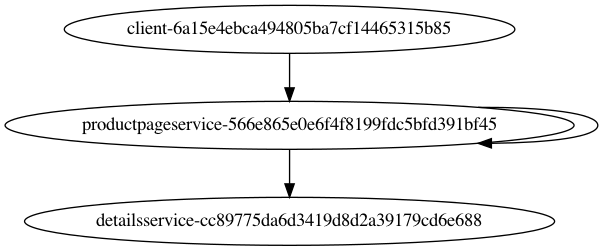
mdcovarr/ldfi-interpreter keeps this Graphviz diagram as graphs/graph-0.gv.png. Above is the earlier version. Its source is kept beside it as graphs/graph-0.gv. The source it was exported from:
```dot
digraph {
	"client-6a15e4ebca494805ba7cf14465315b85" [label="client-6a15e4ebca494805ba7cf14465315b85"]
	"productpageservice-566e865e0e6f4f8199fdc5bfd391bf45" [label="productpageservice-566e865e0e6f4f8199fdc5bfd391bf45"]
	"client-6a15e4ebca494805ba7cf14465315b85" -> "productpageservice-566e865e0e6f4f8199fdc5bfd391bf45"
	"productpageservice-566e865e0e6f4f8199fdc5bfd391bf45" -> "productpageservice-566e865e0e6f4f8199fdc5bfd391bf45"
	"detailsservice-cc89775da6d3419d8d2a39179cd6e688" [label="detailsservice-cc89775da6d3419d8d2a39179cd6e688"]
	"productpageservice-566e865e0e6f4f8199fdc5bfd391bf45" -> "detailsservice-cc89775da6d3419d8d2a39179cd6e688"
}
```
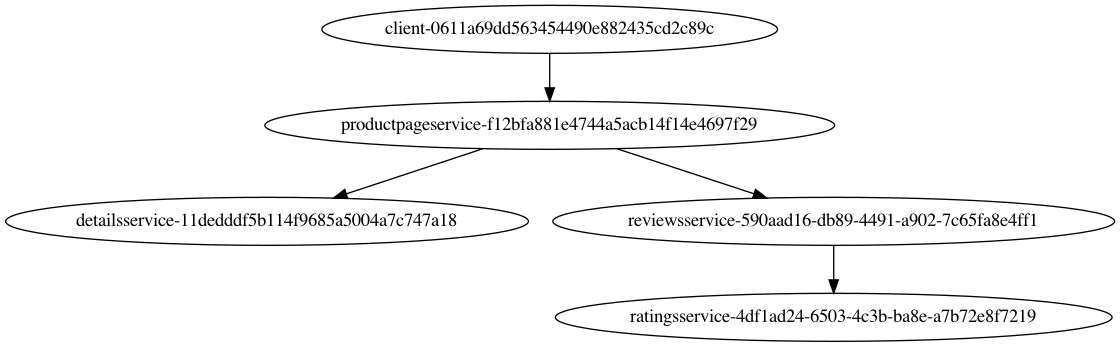
The same file after the commit.

Change to the diagram source:
```diff
@@ -1,8 +1,11 @@
 digraph {
-	"client-6a15e4ebca494805ba7cf14465315b85" [label="client-6a15e4ebca494805ba7cf14465315b85"]
-	"productpageservice-566e865e0e6f4f8199fdc5bfd391bf45" [label="productpageservice-566e865e0e6f4f8199fdc5bfd391bf45"]
-	"client-6a15e4ebca494805ba7cf14465315b85" -> "productpageservice-566e865e0e6f4f8199fdc5bfd391bf45"
-	"productpageservice-566e865e0e6f4f8199fdc5bfd391bf45" -> "productpageservice-566e865e0e6f4f8199fdc5bfd391bf45"
-	"detailsservice-cc89775da6d3419d8d2a39179cd6e688" [label="detailsservice-cc89775da6d3419d8d2a39179cd6e688"]
-	"productpageservice-566e865e0e6f4f8199fdc5bfd391bf45" -> "detailsservice-cc89775da6d3419d8d2a39179cd6e688"
+	"client-0611a69dd563454490e882435cd2c89c" [label="client-0611a69dd563454490e882435cd2c89c"]
+	"productpageservice-f12bfa881e4744a5acb14f14e4697f29" [label="productpageservice-f12bfa881e4744a5acb14f14e4697f29"]
+	"client-0611a69dd563454490e882435cd2c89c" -> "productpageservice-f12bfa881e4744a5acb14f14e4697f29"
+	"detailsservice-11dedddf5b114f9685a5004a7c747a18" [label="detailsservice-11dedddf5b114f9685a5004a7c747a18"]
+	"productpageservice-f12bfa881e4744a5acb14f14e4697f29" -> "detailsservice-11dedddf5b114f9685a5004a7c747a18"
+	"reviewsservice-590aad16-db89-4491-a902-7c65fa8e4ff1" [label="reviewsservice-590aad16-db89-4491-a902-7c65fa8e4ff1"]
+	"productpageservice-f12bfa881e4744a5acb14f14e4697f29" -> "reviewsservice-590aad16-db89-4491-a902-7c65fa8e4ff1"
+	"ratingsservice-4df1ad24-6503-4c3b-ba8e-a7b72e8f7219" [label="ratingsservice-4df1ad24-6503-4c3b-ba8e-a7b72e8f7219"]
+	"reviewsservice-590aad16-db89-4491-a902-7c65fa8e4ff1" -> "ratingsservice-4df1ad24-6503-4c3b-ba8e-a7b72e8f7219"
 }
```
